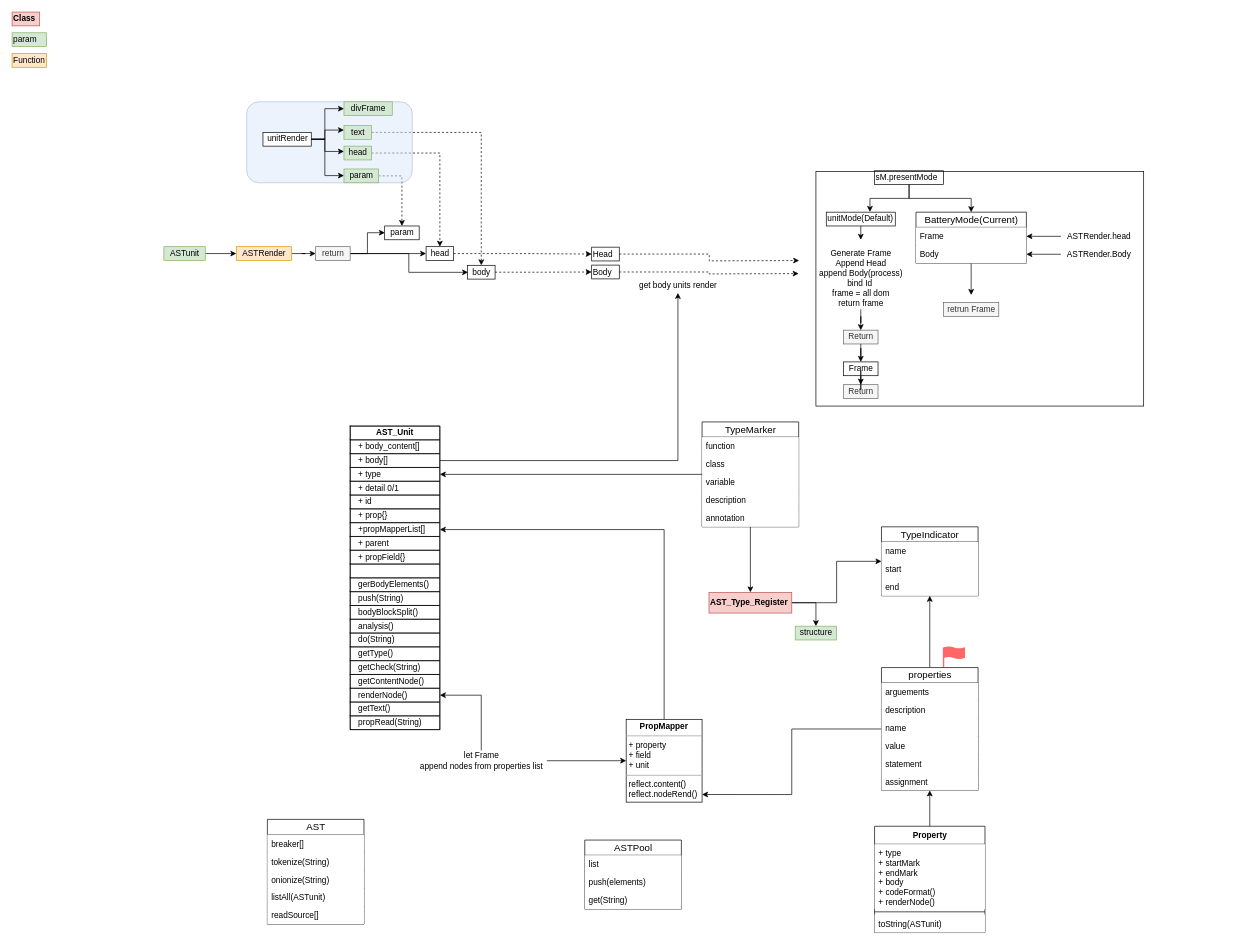
Above: Scode.drawio in GitSamson/Scode (draw.io), before the change. Source tidied: cells renumbered, new cells numbered last; positions are measured from the earlier drawing's top-left corner, leaving out a move shared by most shapes. Both pictures are drawn from the tidied source at 69%, with x=0, y=0 at pixel (12, 12).
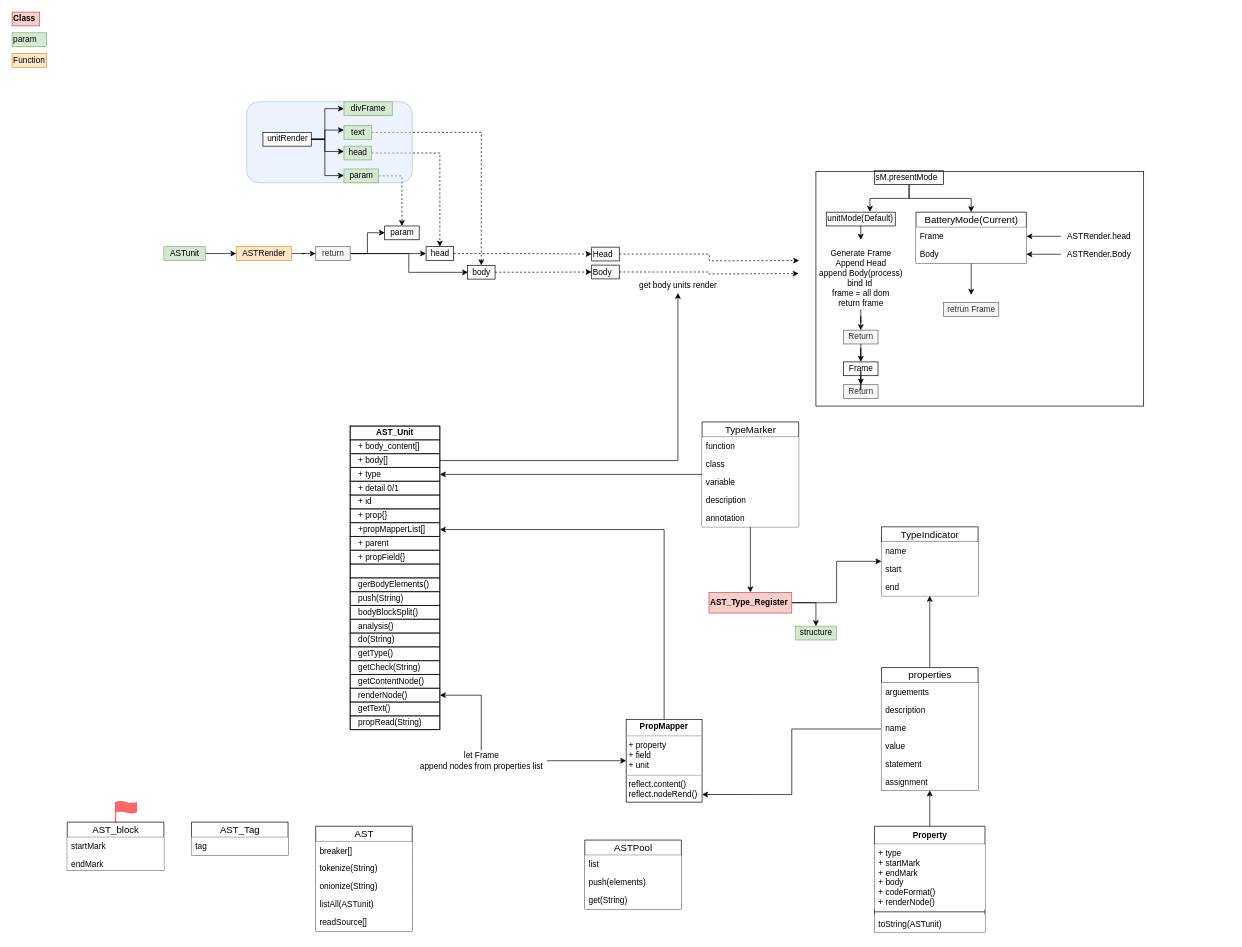
The same page after the edit.

Diff of the diagram source:
```diff
@@
     <mxCell id="44" style="html=1;verticalLabelPosition=bottom;align=center;labelBackgroundColor=#ffffff;verticalAlign=top;strokeWidth=2;strokeColor=#FF6666;shadow=0;dashed=0;shape=mxgraph.ios7.icons.flag;rounded=0;fillColor=#FF6666;" parent="1" vertex="1">
-      <mxGeometry x="1350" y="920" width="30" height="30" as="geometry" />
+      <mxGeometry x="150" y="1144" width="30" height="30" as="geometry" />
     </mxCell>
@@
     <mxCell id="146" value="AST" style="swimlane;fontStyle=0;horizontal=1;startSize=22;align=center;fontSize=14;rounded=0;html=1;fillColor=#ffffff;" parent="1" vertex="1">
-      <mxGeometry x="370" y="1170" width="140" height="152" as="geometry" />
+      <mxGeometry x="440" y="1180" width="140" height="152" as="geometry" />
     </mxCell>
@@
+    <mxCell id="152" value="AST_block" style="swimlane;fontStyle=0;horizontal=1;startSize=22;align=center;fontSize=14;rounded=0;html=1;fillColor=#ffffff;" parent="1" vertex="1">
+      <mxGeometry x="80" y="1174" width="140" height="70" as="geometry" />
+    </mxCell>
+    <mxCell id="153" value="startMark" style="text;strokeColor=none;fillColor=#ffffff;spacingLeft=4;spacingRight=4;overflow=hidden;fontSize=12;" parent="152" vertex="1">
+      <mxGeometry y="22" width="140" height="26" as="geometry" />
+    </mxCell>
+    <mxCell id="154" value="endMark" style="text;strokeColor=none;fillColor=#ffffff;spacingLeft=4;spacingRight=4;overflow=hidden;fontSize=12;" parent="152" vertex="1">
+      <mxGeometry y="48" width="140" height="22" as="geometry" />
+    </mxCell>
+    <mxCell id="155" value="AST_Tag" style="swimlane;fontStyle=0;horizontal=1;startSize=22;align=center;fontSize=14;rounded=0;html=1;fillColor=#ffffff;" parent="1" vertex="1">
+      <mxGeometry x="260" y="1174" width="140" height="48" as="geometry" />
+    </mxCell>
+    <mxCell id="156" value="tag" style="text;strokeColor=none;fillColor=#ffffff;spacingLeft=4;spacingRight=4;overflow=hidden;fontSize=12;" parent="155" vertex="1">
+      <mxGeometry y="22" width="140" height="26" as="geometry" />
+    </mxCell>
```
